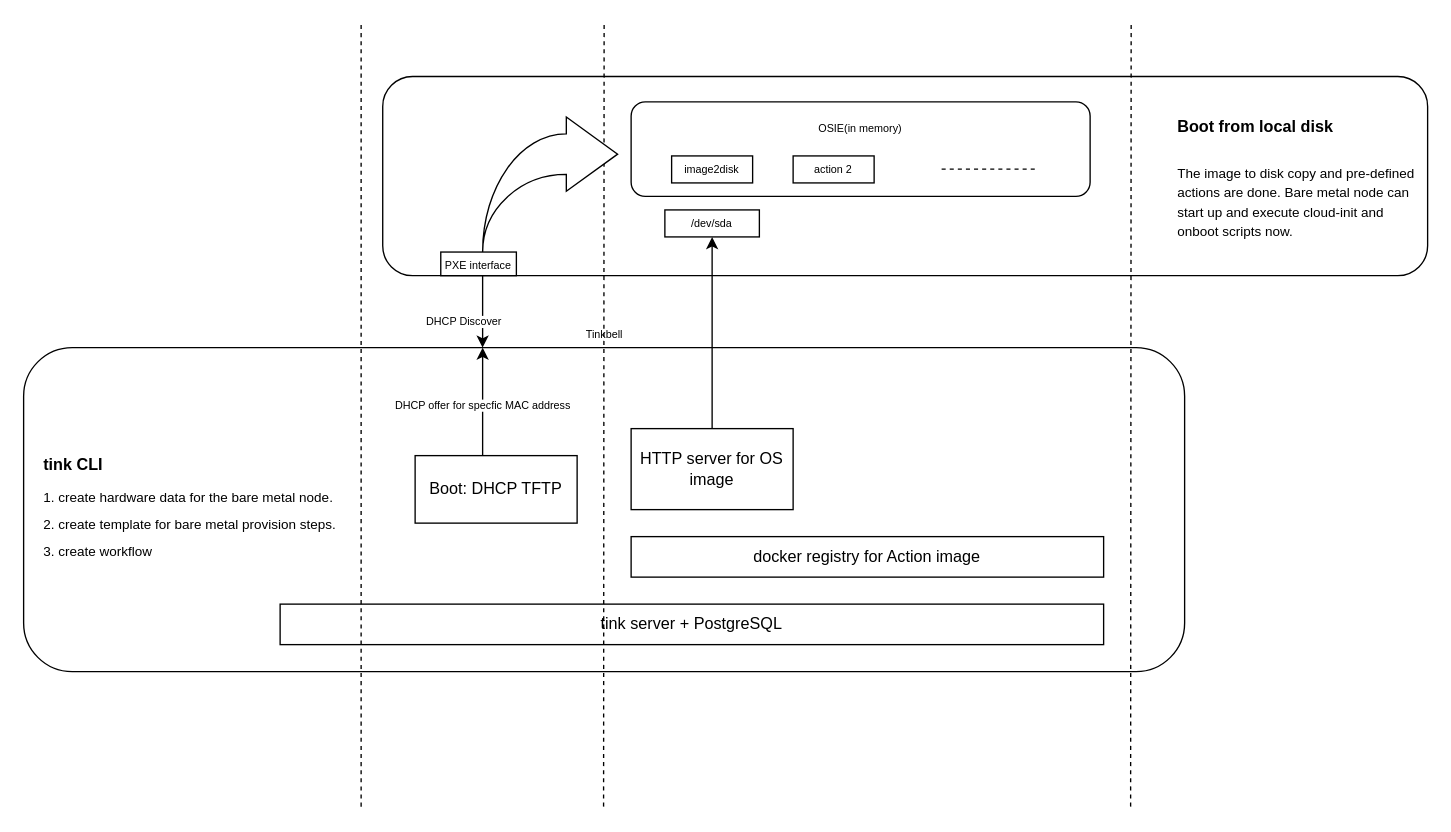
The draw.io diagram Untitled Diagram.drawio in jhykbl/chart, before the edit. Source tidied: cells renumbered, new cells numbered last; positions are measured from the earlier drawing's top-left corner, leaving out a move shared by most shapes. Both pictures are drawn from the tidied source at 135%, with x=0, y=0 at pixel (23, 23).
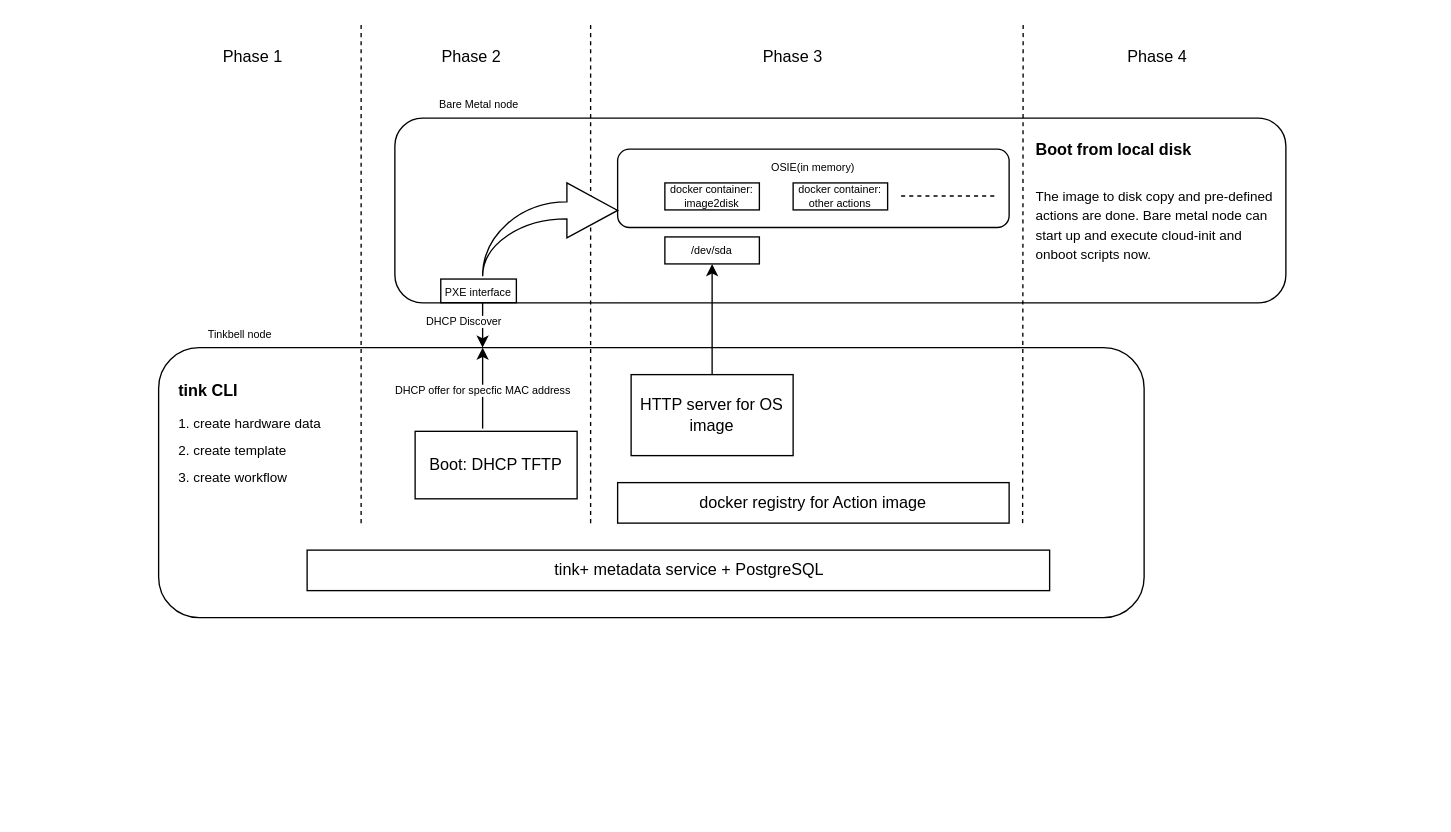
The same page after the edit.

What changed in the source:
```diff
@@
     <mxCell id="2" style="rounded=1;whiteSpace=wrap;html=1;" parent="1" vertex="1">
-      <mxGeometry y="240" width="860" height="240" as="geometry" />
+      <mxGeometry x="100" y="240" width="730" height="200" as="geometry" />
     </mxCell>
@@
     <mxCell id="5" style="rounded=1;whiteSpace=wrap;html=1;" parent="1" vertex="1">
-      <mxGeometry x="266" y="39.2" width="774" height="147.5" as="geometry" />
+      <mxGeometry x="275" y="70" width="660" height="136.8" as="geometry" />
     </mxCell>
     <mxCell id="6" value="Boot: DHCP TFTP" style="rounded=0;whiteSpace=wrap;html=1;" parent="1" vertex="1">
-      <mxGeometry x="290" y="320" width="120" height="50" as="geometry" />
+      <mxGeometry x="290" y="302" width="120" height="50" as="geometry" />
     </mxCell>
-    <mxCell id="7" value="tink server + PostgreSQL" style="rounded=0;whiteSpace=wrap;html=1;" parent="1" vertex="1">
-      <mxGeometry x="190" y="430" width="610" height="30" as="geometry" />
+    <mxCell id="7" value="&amp;nbsp; &amp;nbsp; &amp;nbsp;tink+&amp;nbsp;&lt;span style=&quot;background-color: rgb(255 , 255 , 255)&quot;&gt;&lt;font style=&quot;font-size: 12px&quot;&gt;metadata service&lt;/font&gt;&lt;/span&gt;&amp;nbsp;+ PostgreSQL" style="rounded=0;whiteSpace=wrap;html=1;" parent="1" vertex="1">
+      <mxGeometry x="210" y="390" width="550" height="30" as="geometry" />
     </mxCell>
     <mxCell id="8" style="endArrow=classic;html=1;rounded=0;" parent="1" edge="1">
       <mxGeometry relative="1" as="geometry">
-        <mxPoint x="340" y="320" as="sourcePoint" />
+        <mxPoint x="340" y="300" as="sourcePoint" />
         <mxPoint x="340" y="240" as="targetPoint" />
       </mxGeometry>
     </mxCell>
@@
     <mxCell id="10" value="&lt;font style=&quot;font-size: 8px&quot;&gt;PXE interface&lt;/font&gt;" style="rounded=0;whiteSpace=wrap;html=1;" parent="1" vertex="1">
-      <mxGeometry x="309" y="169.2" width="56" height="17.5" as="geometry" />
+      <mxGeometry x="309" y="189.2" width="56" height="17.5" as="geometry" />
     </mxCell>
     <mxCell id="11" value="docker registry for Action image" style="rounded=0;whiteSpace=wrap;html=1;" parent="1" vertex="1">
-      <mxGeometry x="450" y="380" width="350" height="30" as="geometry" />
+      <mxGeometry x="440" y="340" width="290" height="30" as="geometry" />
     </mxCell>
@@
     <mxCell id="13" value="HTTP server for OS image" style="rounded=0;whiteSpace=wrap;html=1;" parent="1" vertex="1">
-      <mxGeometry x="450" y="300" width="120" height="60" as="geometry" />
+      <mxGeometry x="450" y="260" width="120" height="60" as="geometry" />
     </mxCell>
     <mxCell id="14" value="/dev/sda" style="rounded=0;whiteSpace=wrap;html=1;fontSize=8;" parent="1" vertex="1">
-      <mxGeometry x="475" y="138" width="70" height="20" as="geometry" />
+      <mxGeometry x="475" y="158" width="70" height="20" as="geometry" />
     </mxCell>
     <mxCell id="15" value="&lt;div style=&quot;text-align: left&quot;&gt;&lt;span&gt;OSIE(in memory)&lt;/span&gt;&lt;/div&gt;&lt;div style=&quot;text-align: left&quot;&gt;&lt;br&gt;&lt;/div&gt;&lt;div style=&quot;text-align: left&quot;&gt;&lt;br&gt;&lt;/div&gt;&lt;div style=&quot;text-align: left&quot;&gt;&lt;br&gt;&lt;/div&gt;" style="rounded=1;whiteSpace=wrap;html=1;fontSize=8;" parent="1" vertex="1">
-      <mxGeometry x="450" y="58" width="340" height="70" as="geometry" />
+      <mxGeometry x="440" y="93" width="290" height="58" as="geometry" />
     </mxCell>
-    <mxCell id="16" value="Tinkbell" style="text;html=1;align=center;verticalAlign=middle;strokeColor=none;fillColor=none;fontSize=8;" parent="1" vertex="1">
-      <mxGeometry x="410" y="220" width="40" height="20" as="geometry" />
+    <mxCell id="16" value="Tinkbell node" style="text;html=1;align=center;verticalAlign=middle;strokeColor=none;fillColor=none;fontSize=8;" parent="1" vertex="1">
+      <mxGeometry x="130" y="220" width="60" height="20" as="geometry" />
     </mxCell>
-    <mxCell id="17" value="image2disk" style="rounded=0;whiteSpace=wrap;html=1;fontSize=8;" parent="1" vertex="1">
-      <mxGeometry x="480" y="98" width="60" height="20" as="geometry" />
+    <mxCell id="17" value="docker container:&lt;br&gt;image2disk" style="rounded=0;whiteSpace=wrap;html=1;fontSize=8;" parent="1" vertex="1">
+      <mxGeometry x="475" y="118" width="70" height="20" as="geometry" />
     </mxCell>
-    <mxCell id="18" value="&lt;h1&gt;&lt;font style=&quot;font-size: 12px&quot;&gt;tink CLI&lt;/font&gt;&lt;/h1&gt;&lt;p&gt;&lt;font style=&quot;font-size: 10px&quot;&gt;1. create hardware data for the bare metal node.&lt;/font&gt;&lt;/p&gt;&lt;p&gt;&lt;font style=&quot;font-size: 10px&quot;&gt;2. create template for bare metal provision steps.&lt;/font&gt;&lt;/p&gt;&lt;p&gt;&lt;/p&gt;&lt;span style=&quot;font-size: 10px&quot;&gt;3. create workflow&lt;/span&gt;" style="text;html=1;strokeColor=none;fillColor=none;spacing=5;spacingTop=-20;whiteSpace=wrap;overflow=hidden;rounded=0;fontSize=8;" parent="1" vertex="1">
-      <mxGeometry x="10" y="315" width="230" height="120" as="geometry" />
+    <mxCell id="18" value="&lt;h1&gt;&lt;font style=&quot;font-size: 12px&quot;&gt;tink CLI&lt;/font&gt;&lt;/h1&gt;&lt;p&gt;&lt;font style=&quot;font-size: 10px&quot;&gt;1. create hardware data&amp;nbsp;&lt;/font&gt;&lt;/p&gt;&lt;p&gt;&lt;font style=&quot;font-size: 10px&quot;&gt;2. create template&lt;/font&gt;&lt;/p&gt;&lt;p&gt;&lt;/p&gt;&lt;span style=&quot;font-size: 10px&quot;&gt;3. create workflow&lt;/span&gt;" style="text;html=1;strokeColor=none;fillColor=none;spacing=5;spacingTop=-20;whiteSpace=wrap;overflow=hidden;rounded=0;fontSize=8;" parent="1" vertex="1">
+      <mxGeometry x="110" y="260" width="130" height="120" as="geometry" />
     </mxCell>
     <mxCell id="19" style="endArrow=none;dashed=1;html=1;rounded=0;" parent="1" edge="1">
       <mxGeometry relative="1" as="geometry">
-        <mxPoint x="250" y="580" as="sourcePoint" />
+        <mxPoint x="250" y="370" as="sourcePoint" />
         <mxPoint x="250" as="targetPoint" />
       </mxGeometry>
     </mxCell>
     <mxCell id="20" style="endArrow=none;dashed=1;html=1;rounded=0;" parent="1" edge="1">
       <mxGeometry relative="1" as="geometry">
-        <mxPoint x="429.6" y="580" as="sourcePoint" />
-        <mxPoint x="430" as="targetPoint" />
+        <mxPoint x="420" y="370" as="sourcePoint" />
+        <mxPoint x="420" as="targetPoint" />
       </mxGeometry>
     </mxCell>
-    <mxCell id="21" value="action 2" style="rounded=0;whiteSpace=wrap;html=1;fontSize=8;" parent="1" vertex="1">
-      <mxGeometry x="570" y="98" width="60" height="20" as="geometry" />
+    <mxCell id="21" value="docker container:&lt;br&gt;other actions" style="rounded=0;whiteSpace=wrap;html=1;fontSize=8;" parent="1" vertex="1">
+      <mxGeometry x="570" y="118" width="70" height="20" as="geometry" />
     </mxCell>
-    <mxCell id="22" style="html=1;shadow=0;dashed=0;align=center;verticalAlign=middle;shape=mxgraph.arrows2.jumpInArrow;dy=15;dx=38;arrowHead=55;" parent="1" vertex="1">
-      <mxGeometry x="340" y="69.2" width="100" height="100" as="geometry" />
+    <mxCell id="22" style="html=1;shadow=0;dashed=0;align=center;verticalAlign=middle;shape=mxgraph.arrows2.jumpInArrow;dy=6.32;dx=37.57;arrowHead=40.71;" parent="1" vertex="1">
+      <mxGeometry x="340" y="118" width="100" height="69.2" as="geometry" />
     </mxCell>
     <mxCell id="23" style="endArrow=none;dashed=1;html=1;rounded=0;" parent="1" edge="1">
       <mxGeometry relative="1" as="geometry">
-        <mxPoint x="680" y="107.8" as="sourcePoint" />
-        <mxPoint x="750" y="107.8" as="targetPoint" />
+        <mxPoint x="650" y="127.7" as="sourcePoint" />
+        <mxPoint x="720" y="127.7" as="targetPoint" />
       </mxGeometry>
     </mxCell>
     <mxCell id="24" style="endArrow=none;dashed=1;html=1;rounded=0;" parent="1" edge="1">
       <mxGeometry relative="1" as="geometry">
-        <mxPoint x="820" y="580" as="sourcePoint" />
-        <mxPoint x="820.4" as="targetPoint" />
+        <mxPoint x="740" y="370" as="sourcePoint" />
+        <mxPoint x="740.4" as="targetPoint" />
       </mxGeometry>
     </mxCell>
     <mxCell id="25" value="&lt;h1&gt;&lt;span style=&quot;font-size: 12px&quot;&gt;Boot from local disk&lt;/span&gt;&lt;/h1&gt;&lt;p&gt;&lt;font style=&quot;font-size: 10px&quot;&gt;The image to disk copy and pre-defined actions are done. Bare metal node can start up and execute cloud-init and onboot scripts now.&lt;/font&gt;&lt;/p&gt;" style="text;html=1;strokeColor=none;fillColor=none;spacing=5;spacingTop=-20;whiteSpace=wrap;overflow=hidden;rounded=0;" parent="1" vertex="1">
-      <mxGeometry x="850" y="53" width="190" height="120" as="geometry" />
+      <mxGeometry x="745" y="70" width="190" height="120" as="geometry" />
     </mxCell>
+    <mxCell id="26" value="Bare Metal node" style="text;html=1;align=center;verticalAlign=middle;strokeColor=none;fillColor=none;fontSize=8;" parent="1" vertex="1">
+      <mxGeometry x="302" y="50" width="70" height="20" as="geometry" />
+    </mxCell>
+    <mxCell id="27" value="Phase 1" style="text;html=1;strokeColor=none;fillColor=none;align=center;verticalAlign=middle;whiteSpace=wrap;rounded=0;fontSize=12;" parent="1" vertex="1">
+      <mxGeometry x="140" y="10" width="60" height="30" as="geometry" />
+    </mxCell>
+    <mxCell id="28" value="Phase 2" style="text;html=1;strokeColor=none;fillColor=none;align=center;verticalAlign=middle;whiteSpace=wrap;rounded=0;fontSize=12;" parent="1" vertex="1">
+      <mxGeometry x="302" y="10" width="60" height="30" as="geometry" />
+    </mxCell>
+    <mxCell id="29" value="Phase 3" style="text;html=1;strokeColor=none;fillColor=none;align=center;verticalAlign=middle;whiteSpace=wrap;rounded=0;fontSize=12;" parent="1" vertex="1">
+      <mxGeometry x="540" y="10" width="60" height="30" as="geometry" />
+    </mxCell>
+    <mxCell id="30" value="Phase 4" style="text;html=1;strokeColor=none;fillColor=none;align=center;verticalAlign=middle;whiteSpace=wrap;rounded=0;fontSize=12;" parent="1" vertex="1">
+      <mxGeometry x="810" y="10" width="60" height="30" as="geometry" />
+    </mxCell>
```
